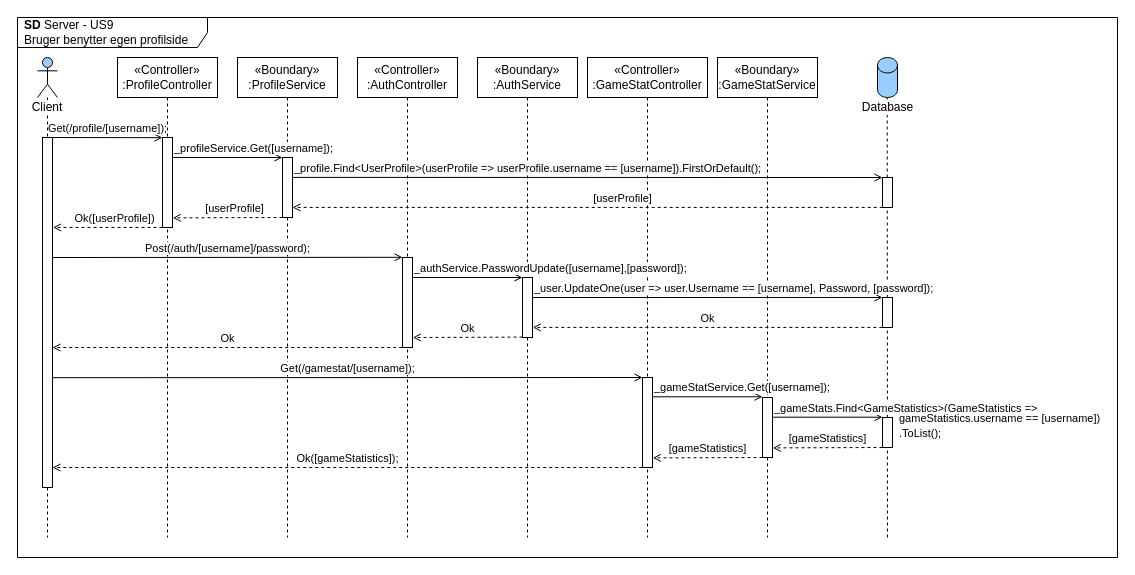
This is page "SD-Server" (2 of 3) of diagrams/arkitektur/US9_profile.drawio from Macradon/I7BAC-PlugNPlay, a draw.io file, before an edit. Source tidied: cells renumbered, new cells numbered last; positions are measured from the earlier drawing's top-left corner, leaving out a move shared by most shapes. Both pictures are drawn from the tidied source at 100%, with x=0, y=0 at pixel (17, 17).
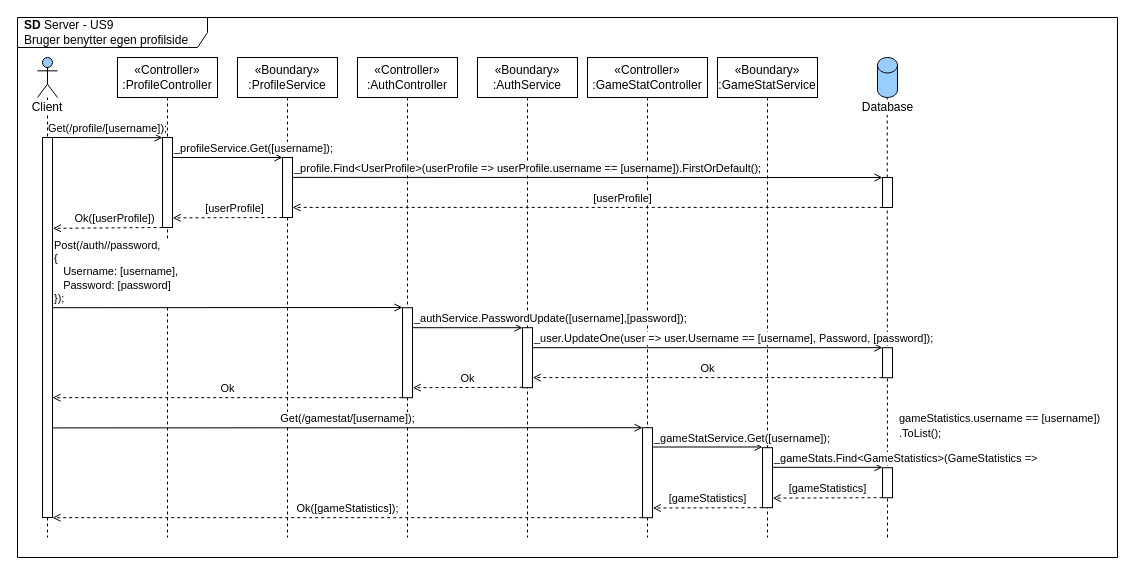
The same diagram, later.

Diff of the diagram source:
```diff
@@
     <mxCell id="9" style="html=1;points=[];perimeter=orthogonalPerimeter;labelBackgroundColor=#ffffff;" parent="1" vertex="1">
-      <mxGeometry x="25" y="120" width="10" height="350" as="geometry" />
+      <mxGeometry x="25" y="120" width="10" height="380" as="geometry" />
     </mxCell>
@@
-    <mxCell id="14" value="&lt;span&gt;Ok([userProfile])&lt;/span&gt;" style="html=1;verticalAlign=bottom;endArrow=open;fontColor=#000000;endFill=0;align=center;entryX=1.051;entryY=0.257;entryDx=0;entryDy=0;entryPerimeter=0;dashed=1;" parent="1" edge="1" target="9">
+    <mxCell id="14" value="&lt;span&gt;Ok([userProfile])&lt;/span&gt;" style="html=1;verticalAlign=bottom;endArrow=open;fontColor=#000000;endFill=0;align=center;entryX=1.041;entryY=0.239;entryDx=0;entryDy=0;entryPerimeter=0;dashed=1;" parent="1" edge="1" target="9">
       <mxGeometry x="-0.12" relative="1" as="geometry">
         <mxPoint x="145" y="210" as="sourcePoint" />
       </mxGeometry>
     </mxCell>
@@
-    <mxCell id="18" value="&lt;div style=&quot;text-align: left&quot;&gt;Post(/auth/[username]/password);&lt;/div&gt;" style="html=1;verticalAlign=bottom;endArrow=open;fontColor=#000000;endFill=0;entryX=0.004;entryY=-0.002;entryDx=0;entryDy=0;entryPerimeter=0;" parent="1" edge="1" target="22">
-      <mxGeometry relative="1" as="geometry">
-        <mxPoint x="35" y="240" as="sourcePoint" />
+    <mxCell id="18" value="&lt;div style=&quot;&quot;&gt;Post(/auth//password,&lt;/div&gt;&lt;div style=&quot;&quot;&gt;{&lt;/div&gt;&lt;div style=&quot;&quot;&gt;&amp;nbsp; &amp;nbsp;Username: [username],&lt;br&gt;&amp;nbsp; &amp;nbsp;Password: [password]&lt;/div&gt;&lt;div style=&quot;&quot;&gt;});&lt;/div&gt;" style="html=1;verticalAlign=bottom;endArrow=open;fontColor=#000000;endFill=0;entryX=0.004;entryY=-0.002;entryDx=0;entryDy=0;entryPerimeter=0;align=left;" parent="1" edge="1" target="22">
+      <mxGeometry x="-1" relative="1" as="geometry">
+        <mxPoint x="35" y="290.2" as="sourcePoint" />
       </mxGeometry>
     </mxCell>
     <mxCell id="19" value="&lt;span&gt;Ok&lt;/span&gt;" style="html=1;verticalAlign=bottom;endArrow=open;fontColor=#000000;endFill=0;align=center;entryX=1.027;entryY=0.893;entryDx=0;entryDy=0;entryPerimeter=0;exitX=-0.015;exitY=0.997;exitDx=0;exitDy=0;exitPerimeter=0;dashed=1;" parent="1" edge="1" source="24">
       <mxGeometry relative="1" as="geometry">
-        <mxPoint x="515.3" y="309.9" as="targetPoint" />
+        <mxPoint x="515.3" y="360.1" as="targetPoint" />
       </mxGeometry>
     </mxCell>
     <mxCell id="20" value="&lt;span&gt;Ok&lt;/span&gt;" style="html=1;verticalAlign=bottom;endArrow=open;fontColor=#000000;endFill=0;align=center;entryX=1.027;entryY=0.893;entryDx=0;entryDy=0;entryPerimeter=0;dashed=1;" parent="1" edge="1">
       <mxGeometry relative="1" as="geometry">
-        <mxPoint x="505" y="319.6" as="sourcePoint" />
-        <mxPoint x="395.3" y="320" as="targetPoint" />
+        <mxPoint x="505" y="369.8" as="sourcePoint" />
+        <mxPoint x="395.3" y="370.2" as="targetPoint" />
       </mxGeometry>
     </mxCell>
-    <mxCell id="21" value="&lt;span&gt;Ok&lt;/span&gt;" style="html=1;verticalAlign=bottom;endArrow=open;fontColor=#000000;endFill=0;align=center;dashed=1;" parent="1" edge="1" target="9">
+    <mxCell id="21" value="&lt;span&gt;Ok&lt;/span&gt;" style="html=1;verticalAlign=bottom;endArrow=open;fontColor=#000000;endFill=0;align=center;dashed=1;" parent="1" edge="1">
       <mxGeometry relative="1" as="geometry">
-        <mxPoint x="384.7" y="330" as="sourcePoint" />
+        <mxPoint x="384.7" y="380.2" as="sourcePoint" />
+        <mxPoint x="35" y="380.2" as="targetPoint" />
       </mxGeometry>
     </mxCell>
     <mxCell id="22" style="html=1;points=[];perimeter=orthogonalPerimeter;labelBackgroundColor=#ffffff;" parent="1" vertex="1">
-      <mxGeometry x="385" y="240" width="10" height="90" as="geometry" />
+      <mxGeometry x="385" y="290.2" width="10" height="90" as="geometry" />
     </mxCell>
     <mxCell id="23" style="html=1;perimeter=orthogonalPerimeter;labelBackgroundColor=#ffffff;" parent="1" vertex="1">
-      <mxGeometry x="505" y="260" width="10" height="60" as="geometry" />
+      <mxGeometry x="505" y="310.2" width="10" height="60" as="geometry" />
     </mxCell>
     <mxCell id="24" style="html=1;points=[];perimeter=orthogonalPerimeter;labelBackgroundColor=#ffffff;" parent="1" vertex="1">
-      <mxGeometry x="865" y="280" width="10" height="30" as="geometry" />
+      <mxGeometry x="865" y="330.2" width="10" height="30" as="geometry" />
     </mxCell>
@@
     <mxCell id="27" value="&lt;div style=&quot;text-align: left&quot;&gt;Get(/gamestat/[username]);&lt;/div&gt;" style="html=1;verticalAlign=bottom;endArrow=open;fontColor=#000000;endFill=0;entryX=0.003;entryY=0;entryDx=0;entryDy=0;entryPerimeter=0;" parent="1" edge="1" target="35">
       <mxGeometry relative="1" as="geometry">
-        <mxPoint x="35" y="360.2" as="sourcePoint" />
+        <mxPoint x="35" y="410.4" as="sourcePoint" />
       </mxGeometry>
     </mxCell>
     <mxCell id="28" value="&lt;span&gt;_gameStatService.Get([username]);&lt;/span&gt;" style="html=1;verticalAlign=bottom;endArrow=open;fontColor=#000000;endFill=0;align=left;entryX=-0.003;entryY=0;entryDx=0;entryDy=0;entryPerimeter=0;" parent="1" edge="1">
       <mxGeometry x="-1" relative="1" as="geometry">
-        <mxPoint x="635" y="379.3" as="sourcePoint" />
-        <mxPoint x="745" y="379.3" as="targetPoint" />
+        <mxPoint x="635" y="429.5" as="sourcePoint" />
+        <mxPoint x="745" y="429.5" as="targetPoint" />
       </mxGeometry>
     </mxCell>
     <mxCell id="29" value="&lt;span&gt;_gameStats.Find&amp;lt;GameStatistics&amp;gt;(GameStatistics =&amp;gt;&amp;nbsp;&lt;/span&gt;" style="html=1;verticalAlign=bottom;endArrow=open;fontColor=#000000;endFill=0;align=left;entryX=-0.003;entryY=0;entryDx=0;entryDy=0;entryPerimeter=0;" parent="1" edge="1">
       <mxGeometry x="-1" relative="1" as="geometry">
-        <mxPoint x="755" y="399.7" as="sourcePoint" />
-        <mxPoint x="865" y="399.7" as="targetPoint" />
+        <mxPoint x="755" y="449.8" as="sourcePoint" />
+        <mxPoint x="865" y="449.8" as="targetPoint" />
       </mxGeometry>
     </mxCell>
@@
     <mxCell id="32" value="&lt;span&gt;[gameStatistics]&lt;/span&gt;" style="html=1;verticalAlign=bottom;endArrow=open;fontColor=#000000;endFill=0;align=center;entryX=1.027;entryY=0.893;entryDx=0;entryDy=0;entryPerimeter=0;dashed=1;" parent="1" edge="1">
       <mxGeometry relative="1" as="geometry">
-        <mxPoint x="865" y="430" as="sourcePoint" />
-        <mxPoint x="755.3" y="430.4" as="targetPoint" />
+        <mxPoint x="865" y="480.2" as="sourcePoint" />
+        <mxPoint x="755.3" y="480.6" as="targetPoint" />
       </mxGeometry>
     </mxCell>
     <mxCell id="33" value="&lt;span&gt;[gameStatistics]&lt;/span&gt;" style="html=1;verticalAlign=bottom;endArrow=open;fontColor=#000000;endFill=0;align=center;entryX=1.027;entryY=0.893;entryDx=0;entryDy=0;entryPerimeter=0;dashed=1;" parent="1" edge="1">
       <mxGeometry relative="1" as="geometry">
-        <mxPoint x="745" y="440" as="sourcePoint" />
-        <mxPoint x="635.3" y="440.4" as="targetPoint" />
+        <mxPoint x="745" y="490.2" as="sourcePoint" />
+        <mxPoint x="635.3" y="490.5" as="targetPoint" />
       </mxGeometry>
     </mxCell>
-    <mxCell id="34" value="&lt;span&gt;Ok([gameStatistics]);&lt;/span&gt;" style="html=1;verticalAlign=bottom;endArrow=open;fontColor=#000000;endFill=0;align=center;dashed=1;" parent="1" edge="1" target="9">
+    <mxCell id="34" value="&lt;span&gt;Ok([gameStatistics]);&lt;/span&gt;" style="html=1;verticalAlign=bottom;endArrow=open;fontColor=#000000;endFill=0;align=center;dashed=1;" parent="1" edge="1">
       <mxGeometry relative="1" as="geometry">
-        <mxPoint x="624.7" y="450" as="sourcePoint" />
+        <mxPoint x="624.7" y="500.2" as="sourcePoint" />
+        <mxPoint x="35" y="500.2" as="targetPoint" />
       </mxGeometry>
     </mxCell>
     <mxCell id="35" style="html=1;points=[];perimeter=orthogonalPerimeter;labelBackgroundColor=#ffffff;" parent="1" vertex="1">
-      <mxGeometry x="625" y="360" width="10" height="90" as="geometry" />
+      <mxGeometry x="625" y="410.2" width="10" height="90" as="geometry" />
     </mxCell>
     <mxCell id="36" style="html=1;perimeter=orthogonalPerimeter;labelBackgroundColor=#ffffff;" parent="1" vertex="1">
-      <mxGeometry x="745" y="380" width="10" height="60" as="geometry" />
+      <mxGeometry x="745" y="430.2" width="10" height="60" as="geometry" />
     </mxCell>
     <mxCell id="37" style="html=1;perimeter=orthogonalPerimeter;labelBackgroundColor=#ffffff;" parent="1" vertex="1">
-      <mxGeometry x="865" y="400" width="10" height="30" as="geometry" />
+      <mxGeometry x="865" y="450.2" width="10" height="30" as="geometry" />
     </mxCell>
     <mxCell id="38" value="&lt;span&gt;_user.UpdateOne(user =&amp;gt; user.Username == [username], Password, [password]);&lt;/span&gt;" style="html=1;verticalAlign=bottom;endArrow=open;fontColor=#000000;endFill=0;align=left;entryX=-0.003;entryY=-0.001;entryDx=0;entryDy=0;entryPerimeter=0;" parent="1" edge="1" target="24">
       <mxGeometry x="-1" relative="1" as="geometry">
-        <mxPoint x="515" y="280" as="sourcePoint" />
+        <mxPoint x="515" y="330.2" as="sourcePoint" />
       </mxGeometry>
     </mxCell>
     <mxCell id="39" value="&lt;span&gt;_authService.PasswordUpdate([username],[password]);&lt;/span&gt;" style="html=1;verticalAlign=bottom;endArrow=open;fontColor=#000000;endFill=0;align=left;entryX=-0.003;entryY=0;entryDx=0;entryDy=0;entryPerimeter=0;" parent="1" edge="1">
       <mxGeometry x="-1" relative="1" as="geometry">
-        <mxPoint x="395" y="260" as="sourcePoint" />
-        <mxPoint x="505" y="260" as="targetPoint" />
+        <mxPoint x="395" y="310.2" as="sourcePoint" />
+        <mxPoint x="505" y="310.2" as="targetPoint" />
       </mxGeometry>
     </mxCell>
```
